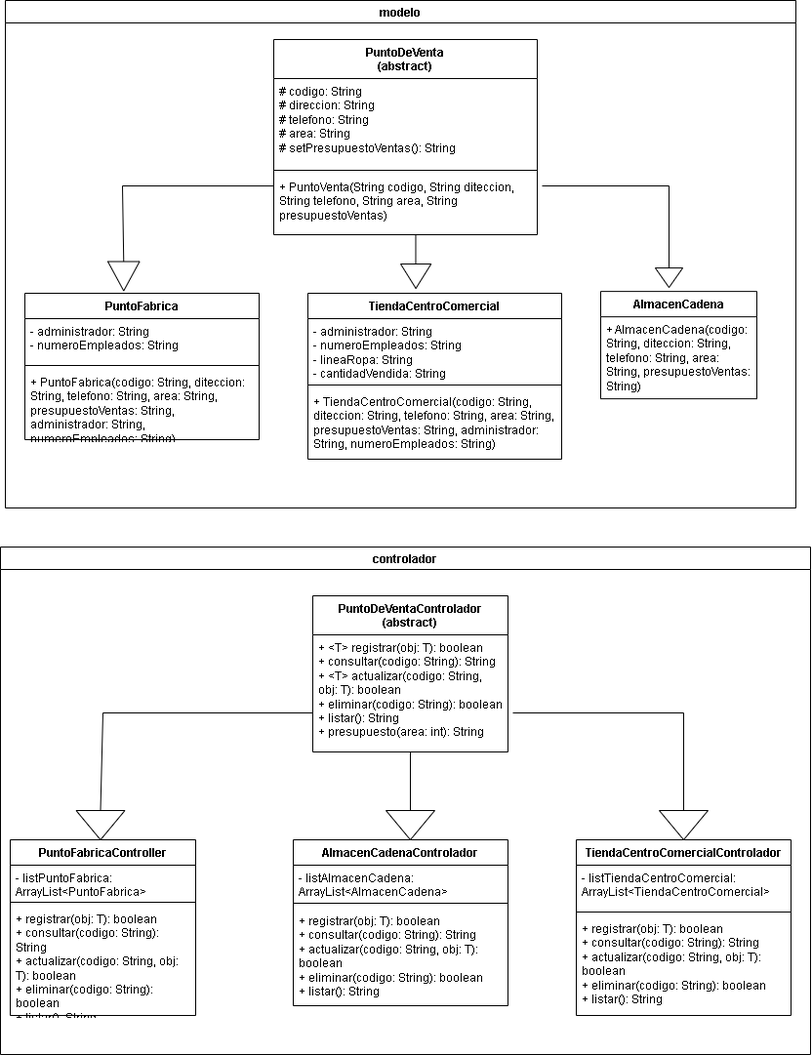
Earlier version of the draw.io export TallerFinalPunto3.drawio.png (AngelDavidGutierrez/TallerFinalPunto3). Source tidied: cells renumbered, new cells last; positions are measured from the earlier drawing's top-left corner, leaving out a move shared by most shapes.
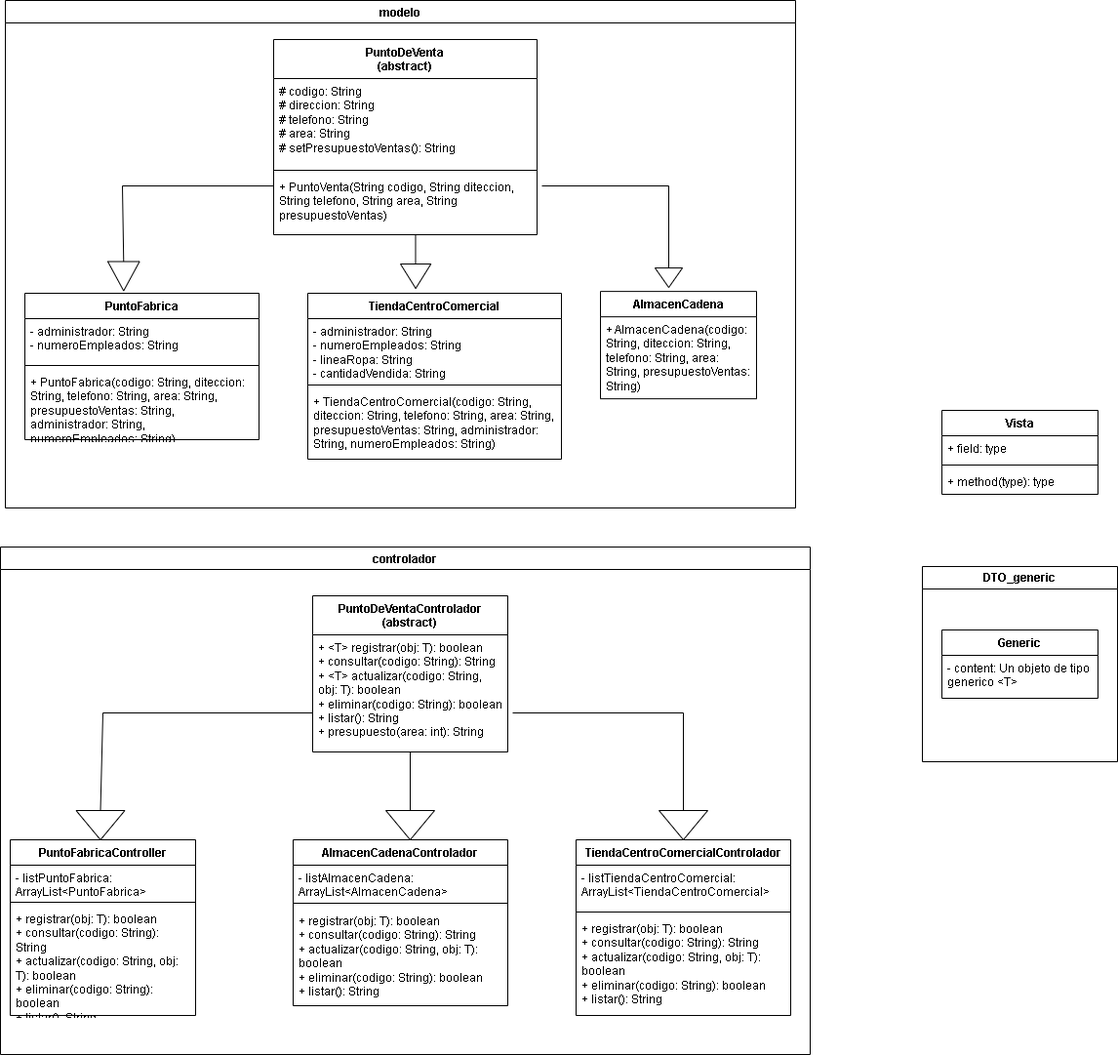
After the commit.

The edit, as a diff of the source:
```diff
@@ -153,5 +153,26 @@
         <mxPoint x="420" y="830" as="targetPoint" />
       </mxGeometry>
     </mxCell>
+    <mxCell id="44" value="Generic" style="swimlane;fontStyle=1;align=center;verticalAlign=top;horizontal=1;startSize=26;whiteSpace=wrap;html=1;" parent="1" vertex="1">
+      <mxGeometry x="965" y="645" width="160" height="70" as="geometry" />
+    </mxCell>
+    <mxCell id="45" value="- content: Un objeto de tipo generico &amp;lt;T&amp;gt;" style="text;strokeColor=none;fillColor=none;align=left;verticalAlign=top;spacingLeft=4;spacingRight=4;overflow=hidden;whiteSpace=wrap;html=1;" parent="44" vertex="1">
+      <mxGeometry y="26" width="160" height="44" as="geometry" />
+    </mxCell>
+    <mxCell id="46" value="DTO_generic" style="swimlane;whiteSpace=wrap;html=1;" parent="1" vertex="1">
+      <mxGeometry x="945" y="580" width="200" height="200" as="geometry" />
+    </mxCell>
+    <mxCell id="47" value="Vista" style="swimlane;fontStyle=1;align=center;verticalAlign=top;horizontal=1;startSize=26;whiteSpace=wrap;html=1;" parent="1" vertex="1">
+      <mxGeometry x="965" y="420" width="160" height="86" as="geometry" />
+    </mxCell>
+    <mxCell id="48" value="+ field: type" style="text;strokeColor=none;fillColor=none;align=left;verticalAlign=top;spacingLeft=4;spacingRight=4;overflow=hidden;whiteSpace=wrap;html=1;" parent="47" vertex="1">
+      <mxGeometry y="26" width="160" height="26" as="geometry" />
+    </mxCell>
+    <mxCell id="49" style="line;strokeWidth=1;fillColor=none;align=left;verticalAlign=middle;spacingTop=-1;spacingLeft=3;spacingRight=3;labelPosition=right;strokeColor=inherit;" parent="47" vertex="1">
+      <mxGeometry y="52" width="160" height="8" as="geometry" />
+    </mxCell>
+    <mxCell id="50" value="+ method(type): type" style="text;strokeColor=none;fillColor=none;align=left;verticalAlign=top;spacingLeft=4;spacingRight=4;overflow=hidden;whiteSpace=wrap;html=1;" parent="47" vertex="1">
+      <mxGeometry y="60" width="160" height="26" as="geometry" />
+    </mxCell>
   </root>
 </mxGraphModel>
```
